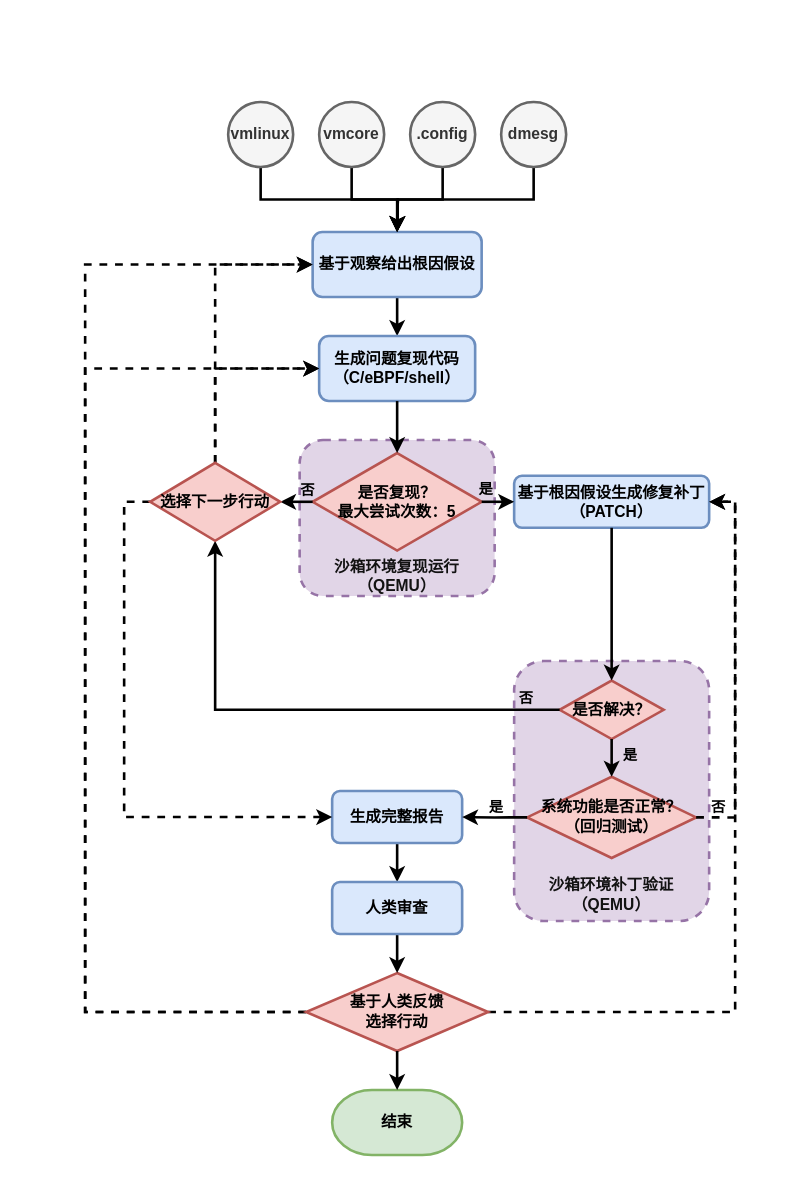
Before: docs/assets/kdebugent-flow.drawio in YaQia/kdebugent, a draw.io diagram. Source tidied: cells renumbered, new cells numbered last; positions are measured from the earlier drawing's top-left corner, leaving out a move shared by most shapes. Both pictures are drawn from the tidied source at 130%, with x=0, y=0 at pixel (84, 101).
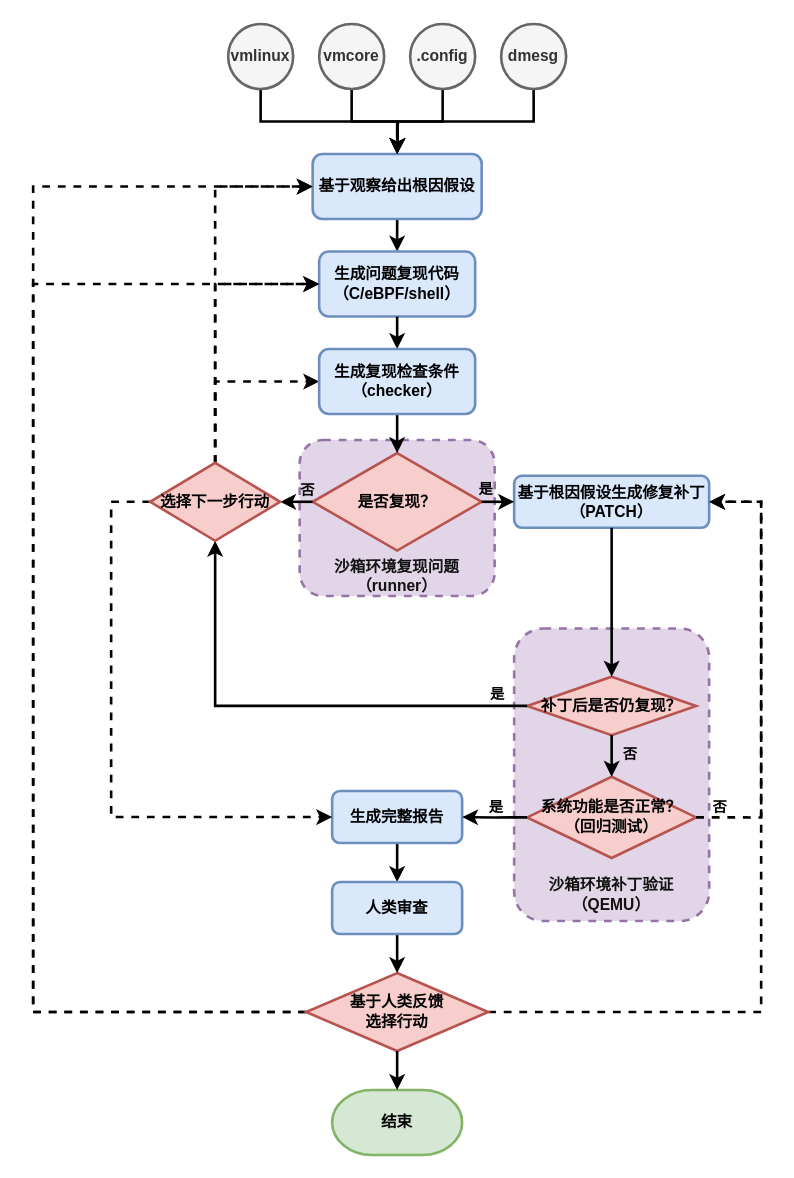
Above is the later version.

Commit message (it also covers changes not shown here):
docs: rework verification flow and split internal specs into AGENTS.md

The change refers to these unchanged cells:
```xml
<mxCell id="11" style="group;" parent="1" vertex="1">
  <mxGeometry x="175" y="260" width="140" height="145" as="geometry" />
</mxCell>
<mxCell id="18" value="&lt;b&gt;基于根因假设生成修复补丁&lt;br&gt;（PATCH）&lt;/b&gt;" style="rounded=1;whiteSpace=wrap;html=1;strokeWidth=2;fillColor=#dae8fc;strokeColor=#6c8ebf;" parent="1" vertex="1">
  <mxGeometry x="330" y="287.5" width="150" height="40" as="geometry" />
</mxCell>
<mxCell id="26" value="&lt;b&gt;系统功能是否正常？&lt;br&gt;（回归测试）&lt;/b&gt;" style="rhombus;whiteSpace=wrap;html=1;strokeWidth=2;fillColor=#f8cecc;strokeColor=#b85450;" parent="22" vertex="1">
  <mxGeometry y="89" width="130" height="62.5" as="geometry" />
</mxCell>
<mxCell id="27" style="edgeStyle=orthogonalEdgeStyle;rounded=0;jettySize=auto;html=1;exitX=0.5;exitY=1;exitDx=0;exitDy=0;entryX=0.5;entryY=0;entryDx=0;entryDy=0;strokeWidth=2;" parent="22" edge="1" source="25" target="26">
  <mxGeometry relative="1" as="geometry" />
</mxCell>
<mxCell id="30" style="edgeStyle=orthogonalEdgeStyle;rounded=0;jettySize=auto;html=1;exitX=0;exitY=0.5;exitDx=0;exitDy=0;entryX=0.5;entryY=1;entryDx=0;entryDy=0;strokeWidth=2;" parent="1" edge="1" source="25" target="36">
  <mxGeometry relative="1" as="geometry" />
</mxCell>
<mxCell id="33" value="&lt;b&gt;生成完整报告&lt;/b&gt;" style="rounded=1;whiteSpace=wrap;html=1;strokeWidth=2;fillColor=#dae8fc;strokeColor=#6c8ebf;" parent="1" vertex="1">
  <mxGeometry x="190" y="530" width="100" height="40" as="geometry" />
</mxCell>
<mxCell id="36" value="&lt;span style=&quot;font-weight: 700;&quot;&gt;选择下一步行动&lt;/span&gt;" style="rhombus;whiteSpace=wrap;html=1;strokeWidth=2;fillColor=#f8cecc;strokeColor=#b85450;" parent="1" vertex="1">
  <mxGeometry x="50" y="277.5" width="100" height="60" as="geometry" />
</mxCell>
<mxCell id="40" value="&lt;span style=&quot;font-weight: 700;&quot;&gt;基于人类反馈&lt;br&gt;选择行动&lt;/span&gt;" style="rhombus;whiteSpace=wrap;html=1;strokeWidth=2;fillColor=#f8cecc;strokeColor=#b85450;" parent="1" vertex="1">
  <mxGeometry x="170" y="670" width="140" height="60" as="geometry" />
</mxCell>
```

What changed in the source:
```diff
@@
     <mxCell id="3" value="&lt;b&gt;基于观察给出根因假设&lt;/b&gt;" style="rounded=1;whiteSpace=wrap;html=1;strokeWidth=2;fillColor=#dae8fc;strokeColor=#6c8ebf;" parent="1" vertex="1">
-      <mxGeometry x="175" y="100" width="130" height="50" as="geometry" />
+      <mxGeometry x="175" y="40" width="130" height="50" as="geometry" />
     </mxCell>
@@
     <mxCell id="5" value="vmcore" style="ellipse;whiteSpace=wrap;html=1;fontStyle=1;strokeWidth=2;fillColor=#f5f5f5;fontColor=#333333;strokeColor=#666666;" parent="1" vertex="1">
-      <mxGeometry x="180" width="50" height="50" as="geometry" />
+      <mxGeometry x="180" y="-60" width="50" height="50" as="geometry" />
     </mxCell>
     <mxCell id="6" style="edgeStyle=orthogonalEdgeStyle;rounded=0;jettySize=auto;html=1;exitX=0.5;exitY=1;exitDx=0;exitDy=0;strokeWidth=2;" parent="1" edge="1" source="7">
       <mxGeometry relative="1" as="geometry">
-        <mxPoint x="240" y="100" as="targetPoint" />
+        <mxPoint x="240" y="40" as="targetPoint" />
       </mxGeometry>
     </mxCell>
     <mxCell id="7" value=".config" style="ellipse;whiteSpace=wrap;html=1;fontStyle=1;strokeWidth=2;fillColor=#f5f5f5;fontColor=#333333;strokeColor=#666666;" parent="1" vertex="1">
-      <mxGeometry x="250" width="50" height="50" as="geometry" />
+      <mxGeometry x="250" y="-60" width="50" height="50" as="geometry" />
     </mxCell>
     <mxCell id="8" style="edgeStyle=orthogonalEdgeStyle;rounded=0;jettySize=auto;html=1;exitX=0.5;exitY=1;exitDx=0;exitDy=0;strokeWidth=2;" parent="1" edge="1" source="9">
       <mxGeometry relative="1" as="geometry">
-        <mxPoint x="240" y="100" as="targetPoint" />
+        <mxPoint x="240" y="40" as="targetPoint" />
       </mxGeometry>
     </mxCell>
     <mxCell id="9" value="dmesg" style="ellipse;whiteSpace=wrap;html=1;fontStyle=1;strokeWidth=2;fillColor=#f5f5f5;fontColor=#333333;strokeColor=#666666;" parent="1" vertex="1">
-      <mxGeometry x="320" width="50" height="50" as="geometry" />
+      <mxGeometry x="320" y="-60" width="50" height="50" as="geometry" />
     </mxCell>
     <mxCell id="10" value="&lt;b&gt;生成问题复现代码&lt;/b&gt;&lt;div&gt;&lt;b&gt;（C/eBPF/shell）&lt;/b&gt;&lt;/div&gt;" style="rounded=1;whiteSpace=wrap;html=1;strokeWidth=2;fillColor=#dae8fc;strokeColor=#6c8ebf;" parent="1" vertex="1">
-      <mxGeometry x="180" y="180" width="120" height="50" as="geometry" />
+      <mxGeometry x="180" y="115" width="120" height="50" as="geometry" />
     </mxCell>
@@
-    <mxCell id="13" value="&lt;div&gt;&lt;font color=&quot;#121212&quot;&gt;&lt;b&gt;沙箱环境复现运行&lt;/b&gt;&lt;/font&gt;&lt;/div&gt;&lt;div&gt;&lt;font color=&quot;#121212&quot;&gt;&lt;b&gt;（QEMU）&lt;/b&gt;&lt;/font&gt;&lt;/div&gt;" style="text;html=1;whiteSpace=wrap;strokeColor=none;fillColor=none;align=center;verticalAlign=middle;rounded=0;" parent="11" vertex="1">
+    <mxCell id="13" value="&lt;div&gt;&lt;font color=&quot;#121212&quot;&gt;&lt;b&gt;沙箱环境复现问题&lt;/b&gt;&lt;/font&gt;&lt;/div&gt;&lt;div&gt;&lt;font color=&quot;#121212&quot;&gt;&lt;b&gt;（&lt;/b&gt;&lt;b&gt;runner&lt;/b&gt;&lt;b&gt;）&lt;/b&gt;&lt;/font&gt;&lt;/div&gt;" style="text;html=1;whiteSpace=wrap;strokeColor=none;fillColor=none;align=center;verticalAlign=middle;rounded=0;" parent="11" vertex="1">
       <mxGeometry x="12" y="80" width="106" height="50" as="geometry" />
     </mxCell>
-    <mxCell id="14" value="&lt;b&gt;是否复现？&lt;br&gt;最大尝试次数：5&lt;/b&gt;" style="rhombus;whiteSpace=wrap;html=1;strokeWidth=2;fillColor=#f8cecc;strokeColor=#b85450;" parent="11" vertex="1">
+    <mxCell id="14" value="&lt;b&gt;是否复现？&lt;br&gt;&lt;/b&gt;" style="rhombus;whiteSpace=wrap;html=1;strokeWidth=2;fillColor=#f8cecc;strokeColor=#b85450;" parent="11" vertex="1">
       <mxGeometry y="10" width="130" height="75" as="geometry" />
     </mxCell>
@@
-    <mxCell id="19" style="edgeStyle=orthogonalEdgeStyle;rounded=0;jettySize=auto;html=1;exitX=0.5;exitY=1;exitDx=0;exitDy=0;entryX=0.5;entryY=0;entryDx=0;entryDy=0;strokeWidth=2;" parent="1" edge="1" source="10" target="14">
+    <mxCell id="19" style="edgeStyle=orthogonalEdgeStyle;rounded=0;jettySize=auto;html=1;exitX=0.5;exitY=1;exitDx=0;exitDy=0;entryX=0.5;entryY=0;entryDx=0;entryDy=0;strokeWidth=2;" parent="1" edge="1" source="10" target="53">
       <mxGeometry relative="1" as="geometry" />
     </mxCell>
@@
     <mxCell id="22" style="group;" parent="1" vertex="1">
-      <mxGeometry x="340" y="430" width="140" height="200" as="geometry" />
+      <mxGeometry x="340" y="430" width="154" height="200" as="geometry" />
     </mxCell>
     <mxCell id="23" style="rounded=1;whiteSpace=wrap;html=1;dashed=1;strokeWidth=2;fillColor=#e1d5e7;strokeColor=#9673a6;" parent="22" vertex="1">
-      <mxGeometry x="-10" width="150" height="200" as="geometry" />
+      <mxGeometry x="-10" y="-25" width="150" height="225" as="geometry" />
     </mxCell>
@@
-    <mxCell id="25" value="&lt;b&gt;是否解决？&lt;/b&gt;" style="rhombus;whiteSpace=wrap;html=1;strokeWidth=2;fillColor=#f8cecc;strokeColor=#b85450;" parent="22" vertex="1">
-      <mxGeometry x="25" y="15" width="80" height="45" as="geometry" />
+    <mxCell id="25" value="&lt;b&gt;补丁后是否仍复现？&lt;/b&gt;" style="rhombus;whiteSpace=wrap;html=1;strokeWidth=2;fillColor=#f8cecc;strokeColor=#b85450;" parent="22" vertex="1">
+      <mxGeometry y="12" width="130" height="45" as="geometry" />
     </mxCell>
@@
-    <mxCell id="28" value="是" style="edgeLabel;html=1;align=center;verticalAlign=middle;fontStyle=1;labelBackgroundColor=none;" parent="27" vertex="1">
+    <mxCell id="28" value="否" style="edgeLabel;html=1;align=center;verticalAlign=middle;fontStyle=1;labelBackgroundColor=none;" parent="27" vertex="1">
       <mxGeometry x="-0.08" relative="1" as="geometry">
         <mxPoint x="13" y="-1" as="offset" />
       </mxGeometry>
     </mxCell>
-    <mxCell id="29" style="edgeStyle=orthogonalEdgeStyle;rounded=0;jettySize=auto;html=1;exitX=0.5;exitY=1;exitDx=0;exitDy=0;entryX=0.5;entryY=0;entryDx=0;entryDy=0;strokeWidth=2;" parent="1" edge="1" source="18" target="25">
-      <mxGeometry relative="1" as="geometry" />
-    </mxCell>
@@
-    <mxCell id="31" value="否" style="edgeLabel;html=1;align=center;verticalAlign=middle;fontStyle=1;labelBackgroundColor=none;" parent="30" vertex="1">
+    <mxCell id="31" value="是" style="edgeLabel;html=1;align=center;verticalAlign=middle;fontStyle=1;labelBackgroundColor=none;" parent="30" vertex="1">
       <mxGeometry x="-0.78" y="-3" relative="1" as="geometry">
         <mxPoint x="16" y="-6" as="offset" />
       </mxGeometry>
     </mxCell>
@@
     <mxCell id="34" style="edgeStyle=orthogonalEdgeStyle;rounded=0;jettySize=auto;html=1;exitX=0;exitY=0.5;exitDx=0;exitDy=0;entryX=0;entryY=0.5;entryDx=0;entryDy=0;dashed=1;strokeWidth=2;" parent="1" edge="1" source="36" target="33">
-      <mxGeometry relative="1" as="geometry" />
+      <mxGeometry relative="1" as="geometry">
+        <Array as="points">
+          <mxPoint x="20" y="307.5" />
+          <mxPoint x="20" y="550" />
+        </Array>
+      </mxGeometry>
     </mxCell>
@@
+    <mxCell id="51" style="edgeStyle=orthogonalEdgeStyle;rounded=0;jettySize=auto;html=1;exitX=0.5;exitY=0;exitDx=0;exitDy=0;entryX=0;entryY=0.5;entryDx=0;entryDy=0;dashed=1;strokeWidth=2;" parent="1" edge="1" source="36" target="53">
+      <mxGeometry relative="1" as="geometry" />
+    </mxCell>
@@
     <mxCell id="37" style="edgeStyle=orthogonalEdgeStyle;rounded=0;jettySize=auto;html=1;exitX=1;exitY=0.5;exitDx=0;exitDy=0;entryX=1;entryY=0.5;entryDx=0;entryDy=0;dashed=1;strokeWidth=2;" parent="1" edge="1" source="40" target="18">
-      <mxGeometry relative="1" as="geometry" />
+      <mxGeometry relative="1" as="geometry">
+        <Array as="points">
+          <mxPoint x="520" y="700" />
+          <mxPoint x="520" y="307.5" />
+        </Array>
+      </mxGeometry>
     </mxCell>
     <mxCell id="38" style="edgeStyle=orthogonalEdgeStyle;rounded=0;jettySize=auto;html=1;exitX=0;exitY=0.5;exitDx=0;exitDy=0;entryX=0;entryY=0.5;entryDx=0;entryDy=0;dashed=1;strokeWidth=2;" parent="1" edge="1" source="40" target="10">
       <mxGeometry relative="1" as="geometry">
         <Array as="points">
-          <mxPoint y="700" />
-          <mxPoint y="205" />
+          <mxPoint x="-40" y="700" />
+          <mxPoint x="-40" y="140" />
         </Array>
       </mxGeometry>
     </mxCell>
     <mxCell id="39" style="edgeStyle=orthogonalEdgeStyle;rounded=0;jettySize=auto;html=1;exitX=0;exitY=0.5;exitDx=0;exitDy=0;entryX=0;entryY=0.5;entryDx=0;entryDy=0;dashed=1;strokeWidth=2;" parent="1" edge="1" source="40" target="3">
       <mxGeometry relative="1" as="geometry">
         <Array as="points">
-          <mxPoint y="700" />
-          <mxPoint y="125" />
+          <mxPoint x="-40" y="700" />
+          <mxPoint x="-40" y="65" />
         </Array>
       </mxGeometry>
     </mxCell>
@@
     <mxCell id="45" style="edgeStyle=orthogonalEdgeStyle;rounded=0;jettySize=auto;html=1;exitX=0.5;exitY=1;exitDx=0;exitDy=0;strokeWidth=2;" parent="1" edge="1" source="46">
       <mxGeometry relative="1" as="geometry">
-        <mxPoint x="240" y="100" as="targetPoint" />
+        <mxPoint x="240" y="40" as="targetPoint" />
       </mxGeometry>
     </mxCell>
     <mxCell id="46" value="vmlinux" style="ellipse;whiteSpace=wrap;html=1;fontStyle=1;strokeWidth=2;fillColor=#f5f5f5;fontColor=#333333;strokeColor=#666666;" parent="1" vertex="1">
-      <mxGeometry x="110" width="50" height="50" as="geometry" />
+      <mxGeometry x="110" y="-60" width="50" height="50" as="geometry" />
     </mxCell>
@@
     <mxCell id="49" style="edgeStyle=orthogonalEdgeStyle;rounded=0;jettySize=auto;html=1;exitX=1;exitY=0.5;exitDx=0;exitDy=0;entryX=1;entryY=0.5;entryDx=0;entryDy=0;strokeWidth=2;dashed=1;" parent="1" edge="1" source="26" target="18">
       <mxGeometry relative="1" as="geometry">
         <Array as="points">
-          <mxPoint x="500" y="550" />
-          <mxPoint x="500" y="308" />
+          <mxPoint x="520" y="550.3" />
+          <mxPoint x="520" y="307.5" />
         </Array>
       </mxGeometry>
     </mxCell>
@@
+    <mxCell id="52" style="edgeStyle=orthogonalEdgeStyle;rounded=0;jettySize=auto;html=1;exitX=0.5;exitY=1;exitDx=0;exitDy=0;entryX=0.5;entryY=0;entryDx=0;entryDy=0;strokeWidth=2;" parent="1" edge="1" source="53" target="14">
+      <mxGeometry relative="1" as="geometry" />
+    </mxCell>
+    <mxCell id="53" value="&lt;b&gt;生成复现检查条件&lt;br&gt;（checker）&lt;/b&gt;" style="rounded=1;whiteSpace=wrap;html=1;strokeWidth=2;fillColor=#dae8fc;strokeColor=#6c8ebf;" parent="1" vertex="1">
+      <mxGeometry x="180" y="190" width="120" height="50" as="geometry" />
+    </mxCell>
+    <mxCell id="29" style="edgeStyle=orthogonalEdgeStyle;rounded=0;jettySize=auto;html=1;exitX=0.5;exitY=1;exitDx=0;exitDy=0;entryX=0.5;entryY=0;entryDx=0;entryDy=0;strokeWidth=2;" parent="1" edge="1" source="18" target="25">
+      <mxGeometry relative="1" as="geometry" />
+    </mxCell>
```
